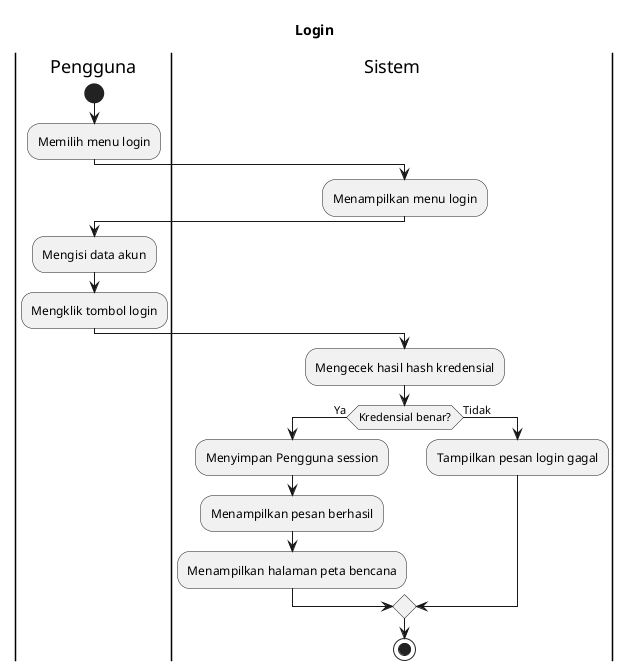
bagusNA/appl-diagrams keeps this PlantUML diagram as export/Activity Diagrams/UC-AUTH - Autentikasi/UC-AUTH-002 - Login.png. Above is the earlier version.
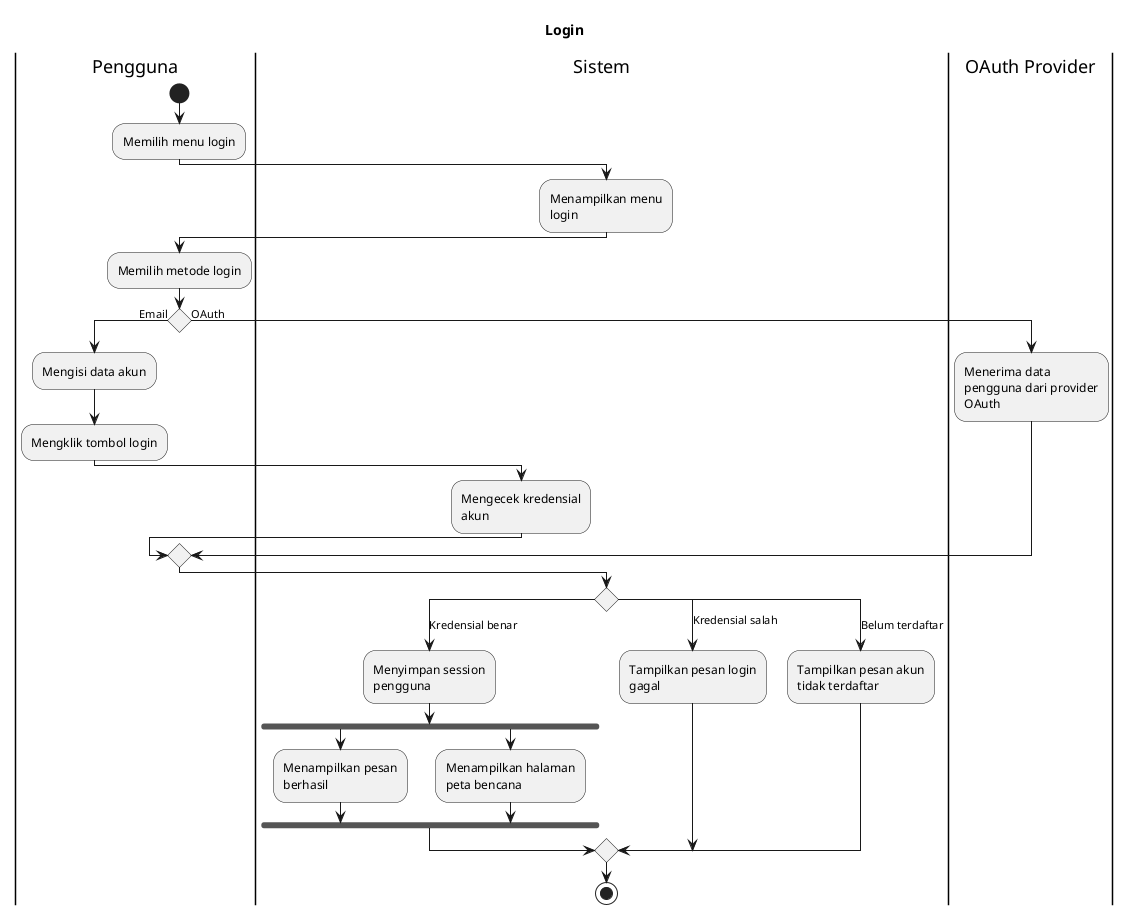
After the commit.

What changed in the source:
```diff
@@ -1,5 +1,5 @@
 @startuml
-!pragma useVerticalIf on
+skinparam wrapWidth 140
 
 title Login
 
@@ -11,18 +11,34 @@
 :Menampilkan menu login;
 
 |Pengguna|
-:Mengisi data akun;
-:Mengklik tombol login;
+:Memilih metode login;
+
+if () then (Email)
+  :Mengisi data akun;
+  :Mengklik tombol login;
+
+  |Sistem|
+  :Mengecek kredensial akun;
+else (OAuth)
+  |OAuth Provider|
+  :Menerima data pengguna dari provider OAuth;
+endif
 
 |Sistem|
-:Mengecek hasil hash kredensial;
-if (Kredensial benar?) then (Ya)
-  :Menyimpan Pengguna session;
-  :Menampilkan pesan berhasil;
-  :Menampilkan halaman peta bencana;
-else (Tidak)
+switch ()
+case (Kredensial benar)
+  :Menyimpan session pengguna;
+
+  fork
+    :Menampilkan pesan berhasil;
+  fork again
+    :Menampilkan halaman peta bencana;
+  endfork
+case (Kredensial salah)
   :Tampilkan pesan login gagal;
-endif
+case (Belum terdaftar)
+  :Tampilkan pesan akun tidak terdaftar;
+endswitch
 
 stop
 @enduml
```
